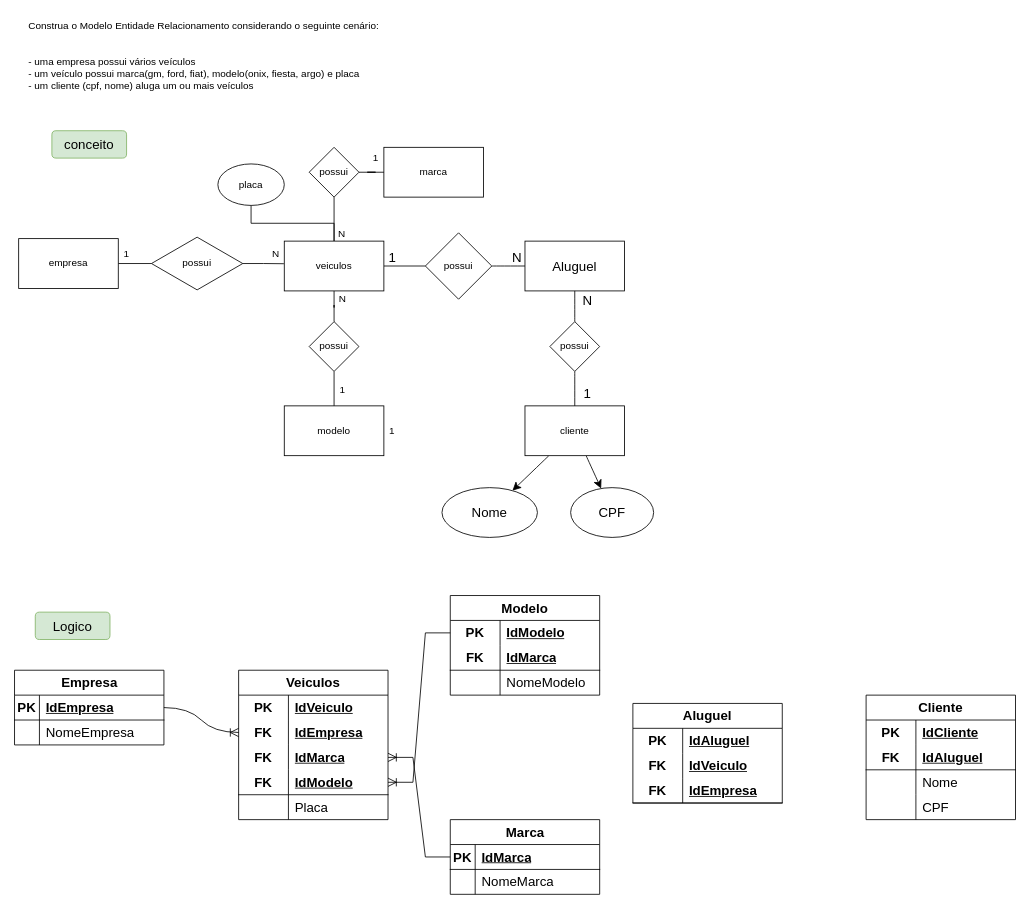
The draw.io diagram exercicio_1_2/empresa_carros.drawio in Marqzzs/senai_sprint1_bd, before the edit. Source tidied: cells renumbered, new cells numbered last; positions are measured from the earlier drawing's top-left corner, leaving out a move shared by most shapes. Both pictures are drawn from the tidied source at 83%, with x=0, y=0 at pixel (14, 14).
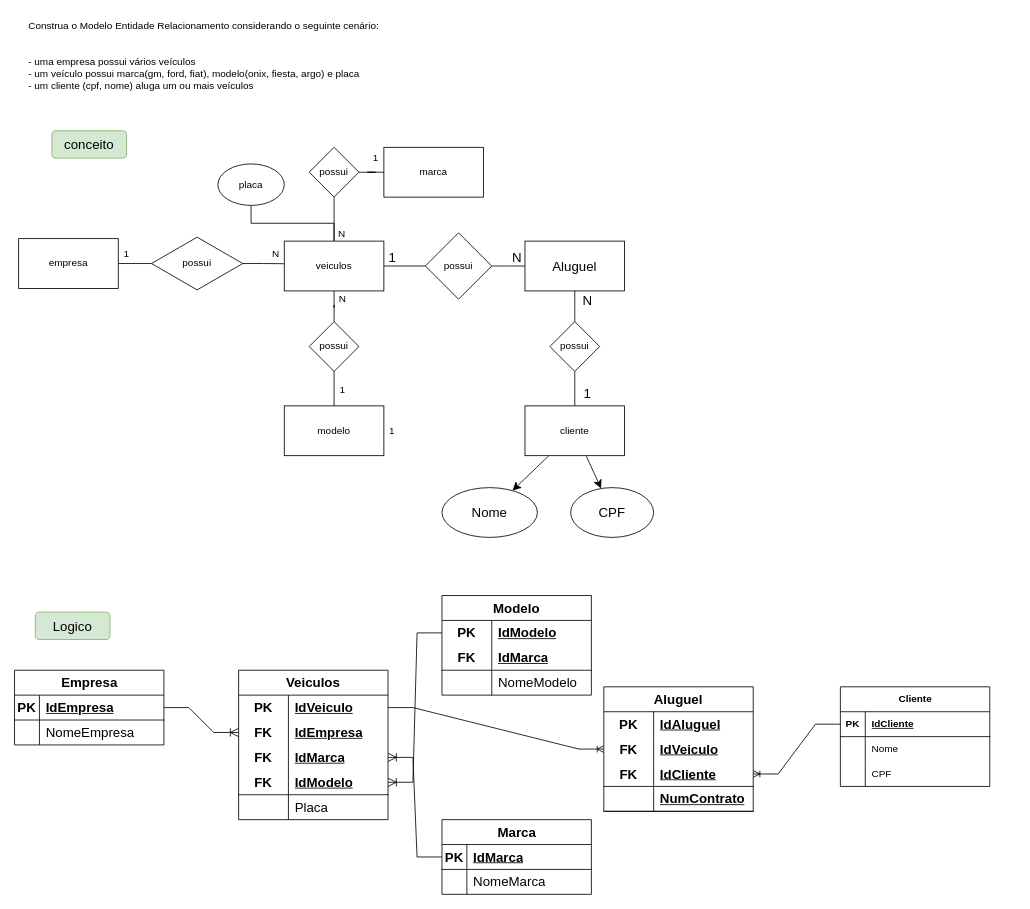
Above is the later version.

Unchanged cells that the change refers to:
```xml
<mxCell id="44" style="shape=tableRow;horizontal=0;startSize=0;swimlaneHead=0;swimlaneBody=0;fillColor=none;points=[[0,0.5],[1,0.5]];portConstraint=eastwest;top=0;left=0;right=0;bottom=1;fontSize=16;" parent="43" vertex="1">
  <mxGeometry y="30" width="180" height="30" as="geometry" />
</mxCell>
<mxCell id="51" style="shape=tableRow;horizontal=0;startSize=0;swimlaneHead=0;swimlaneBody=0;fillColor=none;points=[[0,0.5],[1,0.5]];portConstraint=eastwest;top=0;left=0;right=0;bottom=0;html=1;fontSize=16;" parent="50" vertex="1">
  <mxGeometry y="30" width="180" height="30" as="geometry" />
</mxCell>
<mxCell id="54" style="shape=tableRow;horizontal=0;startSize=0;swimlaneHead=0;swimlaneBody=0;fillColor=none;points=[[0,0.5],[1,0.5]];portConstraint=eastwest;top=0;left=0;right=0;bottom=0;html=1;fontSize=16;" parent="50" vertex="1">
  <mxGeometry y="60" width="180" height="30" as="geometry" />
</mxCell>
<mxCell id="57" style="shape=tableRow;horizontal=0;startSize=0;swimlaneHead=0;swimlaneBody=0;fillColor=none;points=[[0,0.5],[1,0.5]];portConstraint=eastwest;top=0;left=0;right=0;bottom=0;html=1;fontSize=16;" parent="50" vertex="1">
  <mxGeometry y="90" width="180" height="30" as="geometry" />
</mxCell>
<mxCell id="60" style="shape=tableRow;horizontal=0;startSize=0;swimlaneHead=0;swimlaneBody=0;fillColor=none;points=[[0,0.5],[1,0.5]];portConstraint=eastwest;top=0;left=0;right=0;bottom=1;html=1;fontSize=16;" parent="50" vertex="1">
  <mxGeometry y="120" width="180" height="30" as="geometry" />
</mxCell>
<mxCell id="67" style="shape=tableRow;horizontal=0;startSize=0;swimlaneHead=0;swimlaneBody=0;fillColor=none;points=[[0,0.5],[1,0.5]];portConstraint=eastwest;top=0;left=0;right=0;bottom=1;fontSize=16;" parent="66" vertex="1">
  <mxGeometry y="30" width="180" height="30" as="geometry" />
</mxCell>
<mxCell id="74" style="shape=tableRow;horizontal=0;startSize=0;swimlaneHead=0;swimlaneBody=0;fillColor=none;points=[[0,0.5],[1,0.5]];portConstraint=eastwest;top=0;left=0;right=0;bottom=0;html=1;fontSize=16;" parent="73" vertex="1">
  <mxGeometry y="30" width="180" height="30" as="geometry" />
</mxCell>
<mxCell id="87" style="shape=tableRow;horizontal=0;startSize=0;swimlaneHead=0;swimlaneBody=0;fillColor=none;points=[[0,0.5],[1,0.5]];portConstraint=eastwest;top=0;left=0;right=0;bottom=0;html=1;fontSize=16;" parent="83" vertex="1">
  <mxGeometry y="60" width="180" height="30" as="geometry" />
</mxCell>
<mxCell id="90" style="shape=tableRow;horizontal=0;startSize=0;swimlaneHead=0;swimlaneBody=0;fillColor=none;points=[[0,0.5],[1,0.5]];portConstraint=eastwest;top=0;left=0;right=0;bottom=1;html=1;fontSize=16;" parent="83" vertex="1">
  <mxGeometry y="90" width="180" height="30" as="geometry" />
</mxCell>
```

Change to the diagram source:
```diff
@@
     <mxCell id="66" value="Marca" style="shape=table;startSize=30;childLayout=tableLayout;rowLines=0;fontStyle=1;align=center;html=1;fontSize=16;" parent="1" vertex="1">
-      <mxGeometry x="525" y="970" width="180" height="90" as="geometry" />
+      <mxGeometry x="515" y="970" width="180" height="90" as="geometry" />
     </mxCell>
@@
     <mxCell id="73" value="Modelo" style="shape=table;startSize=30;childLayout=tableLayout;rowLines=0;fontStyle=1;align=center;html=1;whiteSpace=wrap;fontSize=16;" parent="1" vertex="1">
-      <mxGeometry x="525" y="700" width="180" height="120" as="geometry" />
+      <mxGeometry x="515" y="700" width="180" height="120" as="geometry" />
     </mxCell>
@@
     <mxCell id="83" value="Aluguel" style="shape=table;startSize=30;childLayout=tableLayout;rowLines=0;fontStyle=1;align=center;html=1;whiteSpace=wrap;fontSize=16;" parent="1" vertex="1">
-      <mxGeometry x="745" y="830" width="180" height="120" as="geometry" />
+      <mxGeometry x="710" y="810" width="180" height="150" as="geometry" />
     </mxCell>
@@
-    <mxCell id="92" value="IdEmpresa" style="shape=partialRectangle;fillColor=none;top=0;left=0;bottom=0;right=0;align=left;spacingLeft=6;fontStyle=5;overflow=hidden;html=1;whiteSpace=wrap;fontSize=16;" parent="90" vertex="1">
+    <mxCell id="92" value="IdCliente" style="shape=partialRectangle;fillColor=none;top=0;left=0;bottom=0;right=0;align=left;spacingLeft=6;fontStyle=5;overflow=hidden;html=1;whiteSpace=wrap;fontSize=16;" parent="90" vertex="1">
       <mxGeometry x="60" width="120" height="30" as="geometry" />
     </mxCell>
+    <mxCell id="109" style="shape=tableRow;horizontal=0;startSize=0;swimlaneHead=0;swimlaneBody=0;fillColor=none;top=0;left=0;right=0;bottom=1;html=1;fontSize=16;" parent="83" vertex="1">
+      <mxGeometry y="120" width="180" height="30" as="geometry" />
+    </mxCell>
+    <mxCell id="110" style="shape=partialRectangle;fillColor=none;top=0;left=0;bottom=0;right=0;fontStyle=1;overflow=hidden;html=1;whiteSpace=wrap;fontSize=16;" parent="109" vertex="1">
+      <mxGeometry width="60" height="30" as="geometry" />
+    </mxCell>
+    <mxCell id="111" value="NumContrato" style="shape=partialRectangle;fillColor=none;top=0;left=0;bottom=0;right=0;align=left;spacingLeft=6;fontStyle=5;overflow=hidden;html=1;whiteSpace=wrap;fontSize=16;" parent="109" vertex="1">
+      <mxGeometry x="60" width="120" height="30" as="geometry" />
+    </mxCell>
-    <mxCell id="93" style="edgeStyle=entityRelationEdgeStyle;fontSize=12;html=1;endArrow=ERoneToMany;rounded=0;startSize=8;endSize=8;curved=1;entryX=0;entryY=0.5;entryDx=0;entryDy=0;exitX=1;exitY=0.5;exitDx=0;exitDy=0;" parent="1" edge="1" source="44" target="54">
+    <mxCell id="93" style="edgeStyle=entityRelationEdgeStyle;fontSize=12;html=1;endArrow=ERoneToMany;rounded=0;startSize=8;endSize=8;entryX=0;entryY=0.5;entryDx=0;entryDy=0;exitX=1;exitY=0.5;exitDx=0;exitDy=0;" parent="1" edge="1" source="44" target="54">
       <mxGeometry relative="1" as="geometry" />
     </mxCell>
+    <mxCell id="107" style="edgeStyle=entityRelationEdgeStyle;fontSize=12;html=1;endArrow=ERoneToMany;rounded=0;startSize=8;endSize=8;exitX=0;exitY=0.5;exitDx=0;exitDy=0;entryX=1;entryY=0.5;entryDx=0;entryDy=0;" parent="1" edge="1" source="67" target="57">
+      <mxGeometry relative="1" as="geometry" />
+    </mxCell>
+    <mxCell id="108" style="edgeStyle=entityRelationEdgeStyle;fontSize=12;html=1;endArrow=ERoneToMany;rounded=0;startSize=8;endSize=8;exitX=0;exitY=0.5;exitDx=0;exitDy=0;entryX=1;entryY=0.5;entryDx=0;entryDy=0;" parent="1" edge="1" source="74" target="60">
+      <mxGeometry relative="1" as="geometry" />
+    </mxCell>
+    <mxCell id="112" style="edgeStyle=entityRelationEdgeStyle;fontSize=12;html=1;endArrow=ERoneToMany;rounded=0;entryX=0;entryY=0.5;entryDx=0;entryDy=0;exitX=1;exitY=0.5;exitDx=0;exitDy=0;" parent="1" edge="1" source="51" target="87">
+      <mxGeometry relative="1" as="geometry" />
+    </mxCell>
-    <mxCell id="94" value="Cliente" style="shape=table;startSize=30;childLayout=tableLayout;rowLines=0;fontStyle=1;align=center;html=1;whiteSpace=wrap;fontSize=16;" parent="1" vertex="1">
-      <mxGeometry x="1026" y="820" width="180" height="150" as="geometry" />
+    <mxCell id="94" value="Cliente" style="shape=table;startSize=30;childLayout=tableLayout;rowLines=0;fontStyle=1;align=center;html=1;" parent="1" vertex="1">
+      <mxGeometry x="995" y="810" width="180" height="120" as="geometry" />
     </mxCell>
-    <mxCell id="95" style="shape=tableRow;horizontal=0;startSize=0;swimlaneHead=0;swimlaneBody=0;fillColor=none;top=0;left=0;right=0;bottom=0;html=1;fontSize=16;" parent="94" vertex="1">
-      <mxGeometry y="30" width="180" height="30" as="geometry" />
-    </mxCell>
+    <mxCell id="113" style="shape=tableRow;horizontal=0;startSize=0;swimlaneHead=0;swimlaneBody=0;fillColor=none;points=[[0,0.5],[1,0.5]];portConstraint=eastwest;top=0;left=0;right=0;bottom=1;" parent="94" vertex="1">
+      <mxGeometry y="30" width="180" height="30" as="geometry" />
+    </mxCell>
-    <mxCell id="96" value="PK" style="shape=partialRectangle;fillColor=none;top=0;left=0;bottom=0;right=0;fontStyle=1;overflow=hidden;html=1;whiteSpace=wrap;fontSize=16;" parent="95" vertex="1">
-      <mxGeometry width="60" height="30" as="geometry" />
+    <mxCell id="96" value="PK" style="shape=partialRectangle;fillColor=none;top=0;left=0;bottom=0;right=0;fontStyle=1;overflow=hidden;whiteSpace=wrap;html=1;" parent="113" vertex="1">
+      <mxGeometry width="30" height="30" as="geometry" />
     </mxCell>
-    <mxCell id="97" value="IdCliente" style="shape=partialRectangle;fillColor=none;top=0;left=0;bottom=0;right=0;align=left;spacingLeft=6;fontStyle=5;overflow=hidden;html=1;whiteSpace=wrap;fontSize=16;" parent="95" vertex="1">
-      <mxGeometry x="60" width="120" height="30" as="geometry" />
+    <mxCell id="97" value="IdCliente" style="shape=partialRectangle;fillColor=none;top=0;left=0;bottom=0;right=0;align=left;spacingLeft=6;fontStyle=5;overflow=hidden;whiteSpace=wrap;html=1;" parent="113" vertex="1">
+      <mxGeometry x="30" width="150" height="30" as="geometry" />
     </mxCell>
-    <mxCell id="98" style="shape=tableRow;horizontal=0;startSize=0;swimlaneHead=0;swimlaneBody=0;fillColor=none;top=0;left=0;right=0;bottom=1;html=1;fontSize=16;" parent="94" vertex="1">
-      <mxGeometry y="60" width="180" height="30" as="geometry" />
-    </mxCell>
-    <mxCell id="99" value="FK" style="shape=partialRectangle;fillColor=none;top=0;left=0;bottom=0;right=0;fontStyle=1;overflow=hidden;html=1;whiteSpace=wrap;fontSize=16;" parent="98" vertex="1">
-      <mxGeometry width="60" height="30" as="geometry" />
-    </mxCell>
-    <mxCell id="100" value="IdAluguel" style="shape=partialRectangle;fillColor=none;top=0;left=0;bottom=0;right=0;align=left;spacingLeft=6;fontStyle=5;overflow=hidden;html=1;whiteSpace=wrap;fontSize=16;" parent="98" vertex="1">
-      <mxGeometry x="60" width="120" height="30" as="geometry" />
-    </mxCell>
-    <mxCell id="101" style="shape=tableRow;horizontal=0;startSize=0;swimlaneHead=0;swimlaneBody=0;fillColor=none;top=0;left=0;right=0;bottom=0;html=1;fontSize=16;" parent="94" vertex="1">
-      <mxGeometry y="90" width="180" height="30" as="geometry" />
-    </mxCell>
-    <mxCell id="102" style="shape=partialRectangle;fillColor=none;top=0;left=0;bottom=0;right=0;overflow=hidden;html=1;whiteSpace=wrap;fontSize=16;" parent="101" vertex="1">
-      <mxGeometry width="60" height="30" as="geometry" />
-    </mxCell>
+    <mxCell id="114" style="shape=tableRow;horizontal=0;startSize=0;swimlaneHead=0;swimlaneBody=0;fillColor=none;top=0;left=0;right=0;bottom=0;" parent="94" vertex="1">
+      <mxGeometry y="60" width="180" height="30" as="geometry" />
+    </mxCell>
+    <mxCell id="115" style="shape=partialRectangle;fillColor=none;top=0;left=0;bottom=0;right=0;overflow=hidden;whiteSpace=wrap;html=1;" parent="114" vertex="1">
+      <mxGeometry width="30" height="30" as="geometry" />
+    </mxCell>
-    <mxCell id="103" value="Nome" style="shape=partialRectangle;fillColor=none;top=0;left=0;bottom=0;right=0;align=left;spacingLeft=6;overflow=hidden;html=1;whiteSpace=wrap;fontSize=16;" parent="101" vertex="1">
-      <mxGeometry x="60" width="120" height="30" as="geometry" />
+    <mxCell id="103" value="Nome" style="shape=partialRectangle;fillColor=none;top=0;left=0;bottom=0;right=0;align=left;spacingLeft=6;overflow=hidden;whiteSpace=wrap;html=1;" parent="114" vertex="1">
+      <mxGeometry x="30" width="150" height="30" as="geometry" />
     </mxCell>
-    <mxCell id="104" style="shape=tableRow;horizontal=0;startSize=0;swimlaneHead=0;swimlaneBody=0;fillColor=none;top=0;left=0;right=0;bottom=0;html=1;fontSize=16;" parent="94" vertex="1">
-      <mxGeometry y="120" width="180" height="30" as="geometry" />
-    </mxCell>
-    <mxCell id="105" style="shape=partialRectangle;fillColor=none;top=0;left=0;bottom=0;right=0;overflow=hidden;html=1;whiteSpace=wrap;fontSize=16;" parent="104" vertex="1">
-      <mxGeometry width="60" height="30" as="geometry" />
-    </mxCell>
+    <mxCell id="116" style="shape=tableRow;horizontal=0;startSize=0;swimlaneHead=0;swimlaneBody=0;fillColor=none;top=0;left=0;right=0;bottom=0;" parent="94" vertex="1">
+      <mxGeometry y="90" width="180" height="30" as="geometry" />
+    </mxCell>
+    <mxCell id="117" style="shape=partialRectangle;fillColor=none;top=0;left=0;bottom=0;right=0;overflow=hidden;whiteSpace=wrap;html=1;" parent="116" vertex="1">
+      <mxGeometry width="30" height="30" as="geometry" />
+    </mxCell>
-    <mxCell id="106" value="CPF" style="shape=partialRectangle;fillColor=none;top=0;left=0;bottom=0;right=0;align=left;spacingLeft=6;overflow=hidden;html=1;whiteSpace=wrap;fontSize=16;" parent="104" vertex="1">
-      <mxGeometry x="60" width="120" height="30" as="geometry" />
+    <mxCell id="106" value="CPF" style="shape=partialRectangle;fillColor=none;top=0;left=0;bottom=0;right=0;align=left;spacingLeft=6;overflow=hidden;whiteSpace=wrap;html=1;" parent="116" vertex="1">
+      <mxGeometry x="30" width="150" height="30" as="geometry" />
     </mxCell>
-    <mxCell id="107" style="edgeStyle=entityRelationEdgeStyle;fontSize=12;html=1;endArrow=ERoneToMany;rounded=0;startSize=8;endSize=8;exitX=0;exitY=0.5;exitDx=0;exitDy=0;entryX=1;entryY=0.5;entryDx=0;entryDy=0;" parent="1" edge="1" source="67" target="57">
-      <mxGeometry relative="1" as="geometry" />
-    </mxCell>
-    <mxCell id="108" style="edgeStyle=entityRelationEdgeStyle;fontSize=12;html=1;endArrow=ERoneToMany;rounded=0;startSize=8;endSize=8;exitX=0;exitY=0.5;exitDx=0;exitDy=0;entryX=1;entryY=0.5;entryDx=0;entryDy=0;" parent="1" edge="1" source="74" target="60">
-      <mxGeometry relative="1" as="geometry" />
-    </mxCell>
+    <mxCell id="118" style="edgeStyle=entityRelationEdgeStyle;fontSize=12;html=1;endArrow=ERoneToMany;rounded=0;exitX=0;exitY=0.5;exitDx=0;exitDy=0;entryX=1;entryY=0.5;entryDx=0;entryDy=0;" parent="1" edge="1" source="113" target="90">
+      <mxGeometry relative="1" as="geometry" />
+    </mxCell>
```
